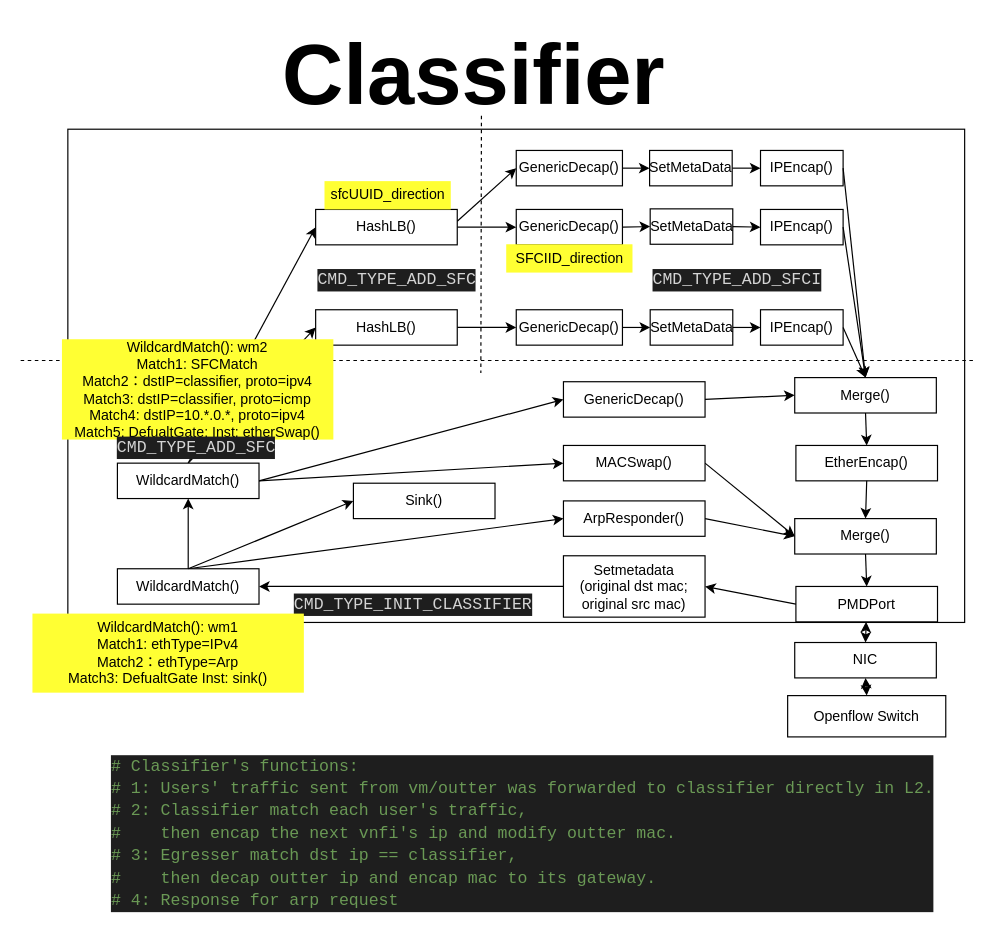
Before: doc/SoftwareDesign/Dataplane/ServerBasedClassifier/classifier.drawio in magaboomchen/SelfAdaptiveMano, a draw.io diagram. Source tidied: cells renumbered, new cells numbered last; positions are measured from the earlier drawing's top-left corner, leaving out a move shared by most shapes. Both pictures are drawn from the tidied source at 118%, with x=0, y=0 at pixel (20, 20).
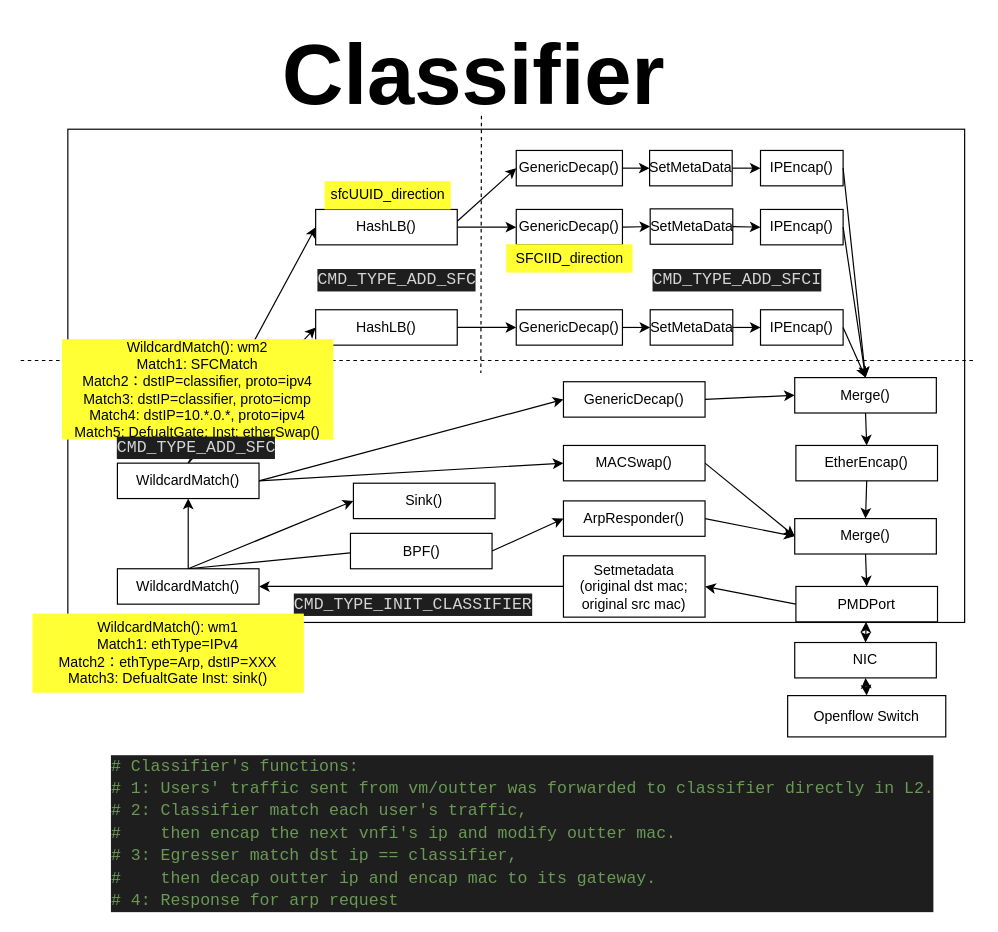
Above is the later version.

Unchanged cells that the change refers to:
```xml
<mxCell id="13" value="ArpResponder()" style="rounded=0;whiteSpace=wrap;html=1;" parent="1" vertex="1">
  <mxGeometry x="460" y="407" width="120" height="30" as="geometry" />
</mxCell>
<mxCell id="50" value="&lt;span style=&quot;text-align: left ; white-space: nowrap&quot;&gt;WildcardMatch()&lt;/span&gt;" style="rounded=0;whiteSpace=wrap;html=1;" parent="1" vertex="1">
  <mxGeometry x="82" y="464.5" width="120" height="30" as="geometry" />
</mxCell>
```

What changed in the source:
```diff
@@
-    <mxCell id="14" style="endArrow=classic;html=1;entryX=0;entryY=0.5;entryDx=0;entryDy=0;exitX=0.5;exitY=0;exitDx=0;exitDy=0;" parent="1" edge="1" source="50" target="13">
-      <mxGeometry relative="1" as="geometry" />
+    <mxCell id="14" style="endArrow=classic;html=1;exitX=0.5;exitY=0;exitDx=0;exitDy=0;" parent="1" edge="1" source="50">
+      <mxGeometry relative="1" as="geometry">
+        <mxPoint x="290" y="450" as="targetPoint" />
+      </mxGeometry>
     </mxCell>
@@
-    <mxCell id="39" value="&lt;span style=&quot;text-align: left ; white-space: nowrap&quot;&gt;WildcardMatch(): wm1&lt;br&gt;&lt;/span&gt;&lt;span style=&quot;text-align: left ; white-space: nowrap&quot;&gt;Match1: ethType=IPv4&lt;/span&gt;&lt;span style=&quot;text-align: left ; white-space: nowrap&quot;&gt;&lt;br&gt;Match2：ethType=Arp&lt;br&gt;Match3: DefualtGate Inst: sink()&lt;br&gt;&lt;/span&gt;" style="text;html=1;strokeColor=none;fillColor=#FFFF33;align=center;verticalAlign=middle;whiteSpace=wrap;rounded=0;" parent="1" vertex="1">
+    <mxCell id="39" value="&lt;span style=&quot;text-align: left ; white-space: nowrap&quot;&gt;WildcardMatch(): wm1&lt;br&gt;&lt;/span&gt;&lt;span style=&quot;text-align: left ; white-space: nowrap&quot;&gt;Match1: ethType=IPv4&lt;/span&gt;&lt;span style=&quot;text-align: left ; white-space: nowrap&quot;&gt;&lt;br&gt;Match2：ethType=Arp, dstIP=XXX&lt;br&gt;Match3: DefualtGate Inst: sink()&lt;br&gt;&lt;/span&gt;" style="text;html=1;strokeColor=none;fillColor=#FFFF33;align=center;verticalAlign=middle;whiteSpace=wrap;rounded=0;" parent="1" vertex="1">
       <mxGeometry x="10" y="502.5" width="230" height="67" as="geometry" />
     </mxCell>
@@
+    <mxCell id="69" value="BPF()" style="rounded=0;whiteSpace=wrap;html=1;" parent="1" vertex="1">
+      <mxGeometry x="279.5" y="434.5" width="120" height="30" as="geometry" />
+    </mxCell>
+    <mxCell id="70" style="endArrow=classic;html=1;exitX=1;exitY=0.5;exitDx=0;exitDy=0;entryX=0;entryY=0.5;entryDx=0;entryDy=0;" parent="1" edge="1" source="69" target="13">
+      <mxGeometry relative="1" as="geometry" />
+    </mxCell>
```
